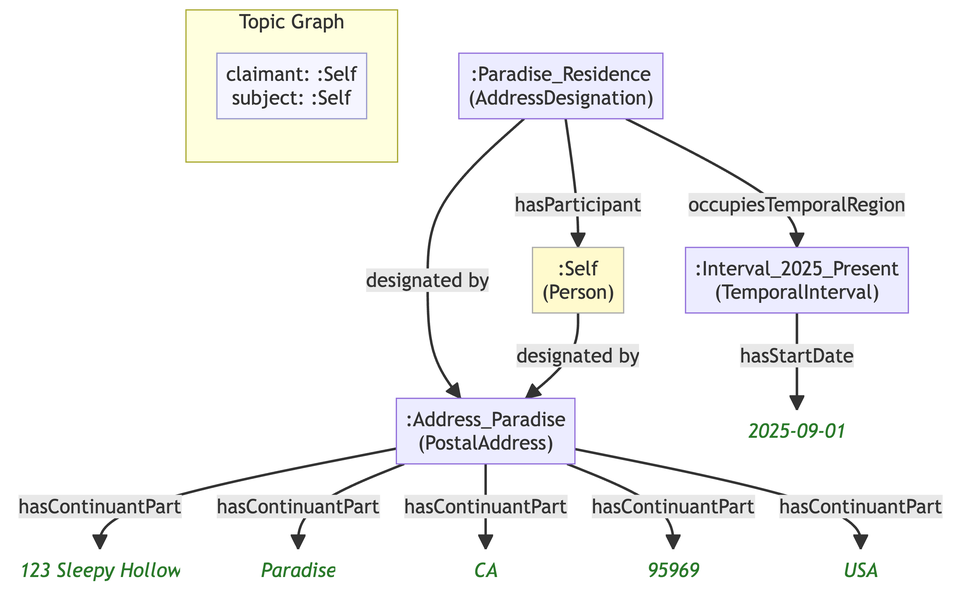
Before: example/graphs/images/graph-18.png, a diagram exported from Mermaid (MeeFoundation/mia-ontologies). Its source is kept beside it as example/graphs/images/graph-18.mmd.
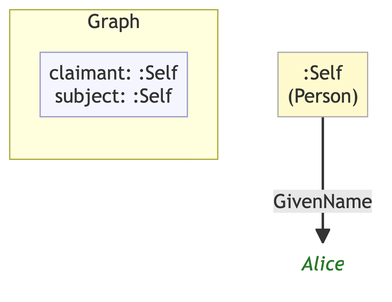
After the commit.

Diff of the diagram source:
```diff
@@ -1,33 +1,15 @@
 flowchart TD
     classDef person fill:#fffacd,stroke:#aaa,color:#333
-    classDef grp    fill:#d4edda,stroke:#aaa,color:#333
     classDef org    fill:#cce5ff,stroke:#aaa,color:#333
     classDef lit    fill:none,stroke:none,font-style:italic,color:#2a7a2a
     classDef meta   fill:#f5f5ff,stroke:#9999cc,color:#333
 
-    subgraph ctx["Topic Graph"]
+    subgraph ctx["Graph"]
         direction LR
         ctx_meta["claimant: :Self\nsubject: :Self"]:::meta
     end
 
-    ndbcf44a48000[":Address_Paradise\n(PostalAddress)"]
-    n9fb7c56efd42("123 Sleepy Hollow"):::lit
-    nc3c833ec2b12("Paradise"):::lit
-    n3f94fa45c8de("CA"):::lit
-    n341443052c02("95969"):::lit
-    n2a9957433d92("USA"):::lit
-    naf26563dc3c8[":Interval_2025_Present\n(TemporalInterval)"]
-    n8987ca649e35("2025-09-01"):::lit
-    n0eecd6ebe039[":Paradise_Residence\n(AddressDesignation)"]
     ne0c3ba92f1db[":Self\n(Person)"]:::person
+    n6210340cd160("Alice"):::lit
 
-    ndbcf44a48000 -->|"hasContinuantPart"| n9fb7c56efd42
-    ndbcf44a48000 -->|"hasContinuantPart"| nc3c833ec2b12
-    ndbcf44a48000 -->|"hasContinuantPart"| n3f94fa45c8de
-    ndbcf44a48000 -->|"hasContinuantPart"| n341443052c02
-    ndbcf44a48000 -->|"hasContinuantPart"| n2a9957433d92
-    naf26563dc3c8 -->|"hasStartDate"| n8987ca649e35
-    n0eecd6ebe039 -->|"hasParticipant"| ne0c3ba92f1db
-    n0eecd6ebe039 -->|"designated by"| ndbcf44a48000
-    n0eecd6ebe039 -->|"occupiesTemporalRegion"| naf26563dc3c8
-    ne0c3ba92f1db -->|"designated by"| ndbcf44a48000
+    ne0c3ba92f1db -->|"GivenName"| n6210340cd160
```
